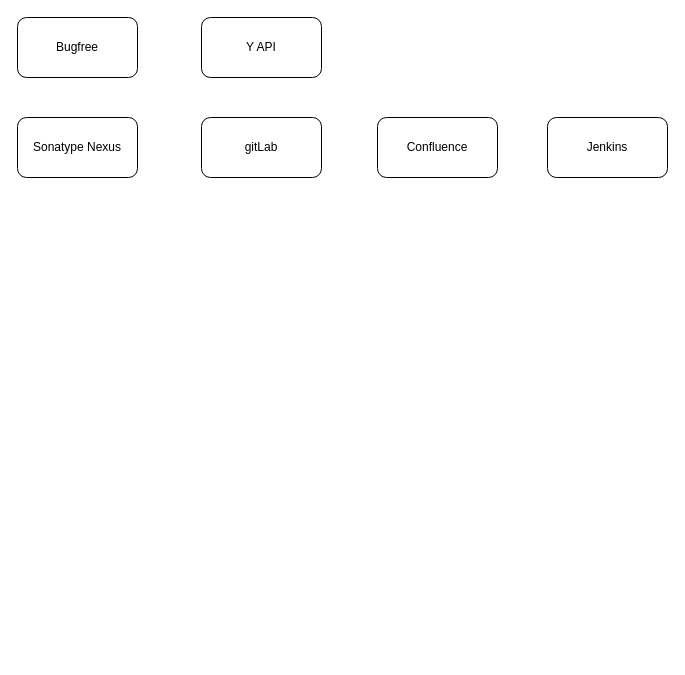
The draw.io diagram 软件版本交付体系.drawio in xilipilige/draw, before the edit. Source tidied: cells renumbered, new cells numbered last; positions are measured from the earlier drawing's top-left corner, leaving out a move shared by most shapes. Both pictures are drawn from the tidied source at 100%, with x=0, y=0 at pixel (17, 17).
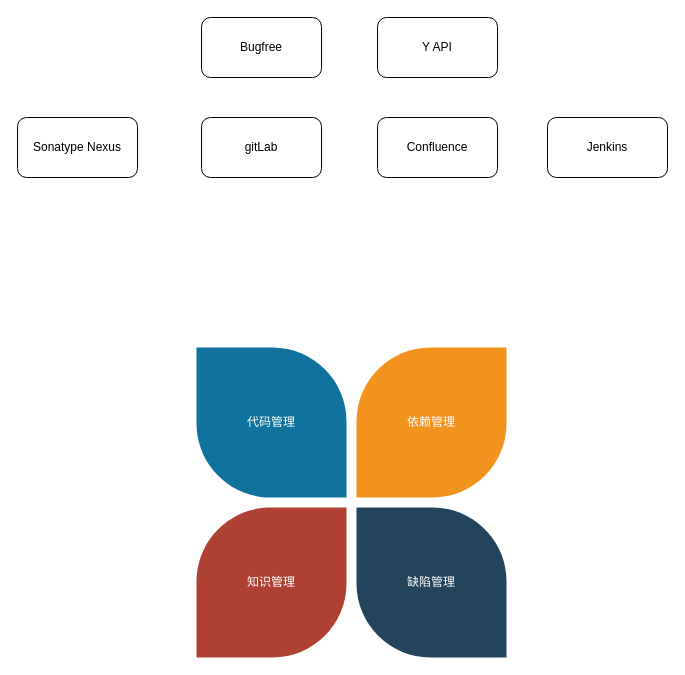
The same page after the edit.

Commit message (it also covers changes not shown here):
Update 软件版本交付体系.drawio

Diff of the diagram source:
```diff
@@
 <mxGraphModel>
   <root>
     <mxCell id="0" />
     <mxCell id="1" parent="0" />
     <mxCell id="2" value="Sonatype Nexus" style="rounded=1;whiteSpace=wrap;html=1;" parent="1" vertex="1">
       <mxGeometry y="100" width="120" height="60" as="geometry" />
     </mxCell>
     <mxCell id="3" value="gitLab" style="rounded=1;whiteSpace=wrap;html=1;" parent="1" vertex="1">
       <mxGeometry x="184" y="100" width="120" height="60" as="geometry" />
     </mxCell>
     <mxCell id="4" value="Confluence" style="rounded=1;whiteSpace=wrap;html=1;" parent="1" vertex="1">
       <mxGeometry x="360" y="100" width="120" height="60" as="geometry" />
     </mxCell>
     <mxCell id="5" value="Jenkins" style="rounded=1;whiteSpace=wrap;html=1;" parent="1" vertex="1">
       <mxGeometry x="530" y="100" width="120" height="60" as="geometry" />
     </mxCell>
     <mxCell id="6" value="Bugfree" style="rounded=1;whiteSpace=wrap;html=1;" parent="1" vertex="1">
-      <mxGeometry width="120" height="60" as="geometry" />
+      <mxGeometry x="184" width="120" height="60" as="geometry" />
     </mxCell>
     <mxCell id="7" value="Y API" style="rounded=1;whiteSpace=wrap;html=1;" parent="1" vertex="1">
-      <mxGeometry x="184" width="120" height="60" as="geometry" />
+      <mxGeometry x="360" width="120" height="60" as="geometry" />
     </mxCell>
+    <mxCell id="8" value="代码管理" style="shape=mxgraph.basic.diag_round_rect;dx=37;flipH=1;html=1;fillColor=#10739E;strokeColor=none;shadow=0;fontSize=12;fontColor=#FFFFFF;align=center;fontStyle=0;whiteSpace=wrap;strokeWidth=8;" parent="1" vertex="1">
+      <mxGeometry x="179" y="330" width="150" height="150" as="geometry" />
+    </mxCell>
+    <mxCell id="9" value="依赖管理" style="shape=mxgraph.basic.diag_round_rect;dx=37;html=1;fillColor=#F2931E;strokeColor=none;shadow=0;fontSize=12;fontColor=#FFFFFF;align=center;fontStyle=0;whiteSpace=wrap;strokeWidth=8;" parent="1" vertex="1">
+      <mxGeometry x="339" y="330" width="150" height="150" as="geometry" />
+    </mxCell>
+    <mxCell id="10" value="知识管理" style="shape=mxgraph.basic.diag_round_rect;dx=37;flipH=1;flipV=1;html=1;fillColor=#AE4132;strokeColor=none;shadow=0;fontSize=12;fontColor=#FFFFFF;align=center;fontStyle=0;whiteSpace=wrap;strokeWidth=8;" parent="1" vertex="1">
+      <mxGeometry x="179" y="490" width="150" height="150" as="geometry" />
+    </mxCell>
+    <mxCell id="11" value="缺陷管理" style="shape=mxgraph.basic.diag_round_rect;dx=37;flipV=1;html=1;fillColor=#23445D;strokeColor=none;shadow=0;fontSize=12;fontColor=#FFFFFF;align=center;fontStyle=0;whiteSpace=wrap;strokeWidth=8;" parent="1" vertex="1">
+      <mxGeometry x="339" y="490" width="150" height="150" as="geometry" />
+    </mxCell>
   </root>
 </mxGraphModel>
```
